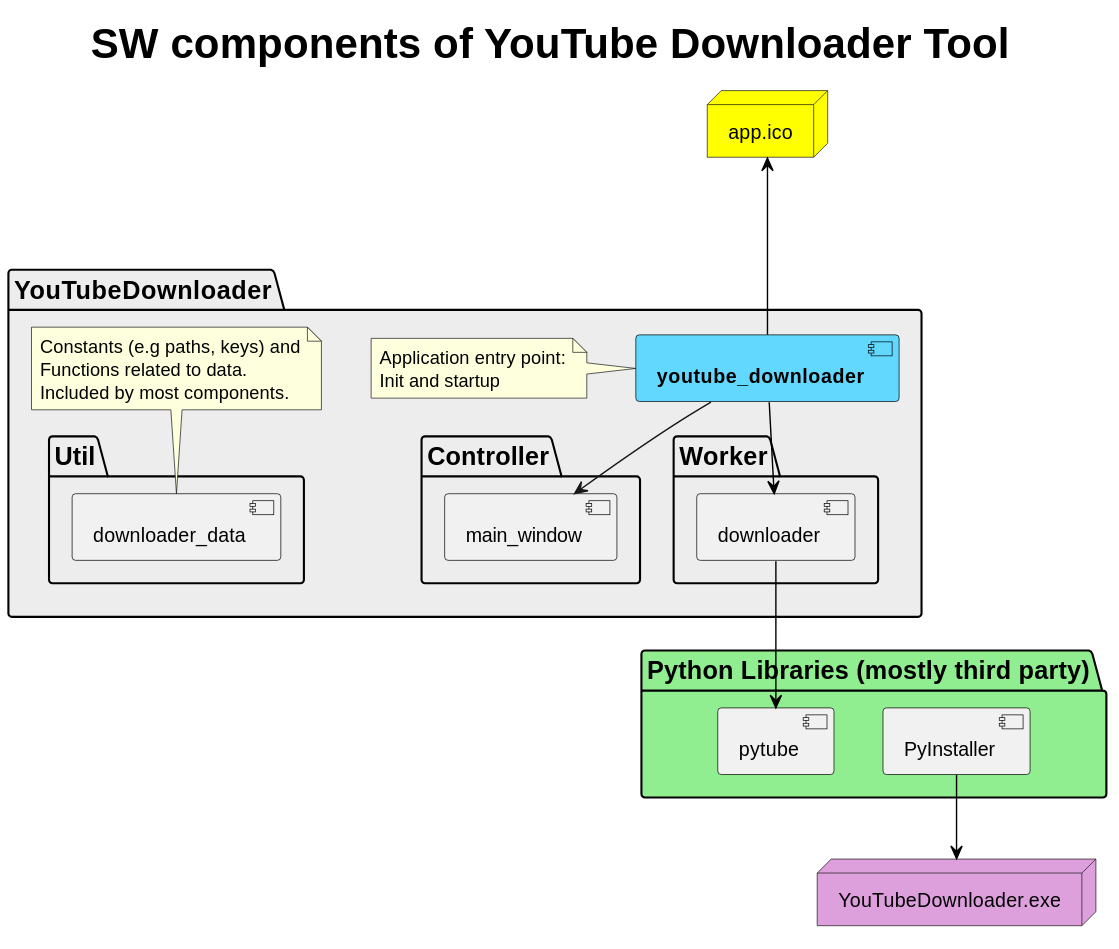
Above: cdYouTubeDownloaderSWComponents.svg in timounger/YouTubeDownloader (PlantUML), before the change.
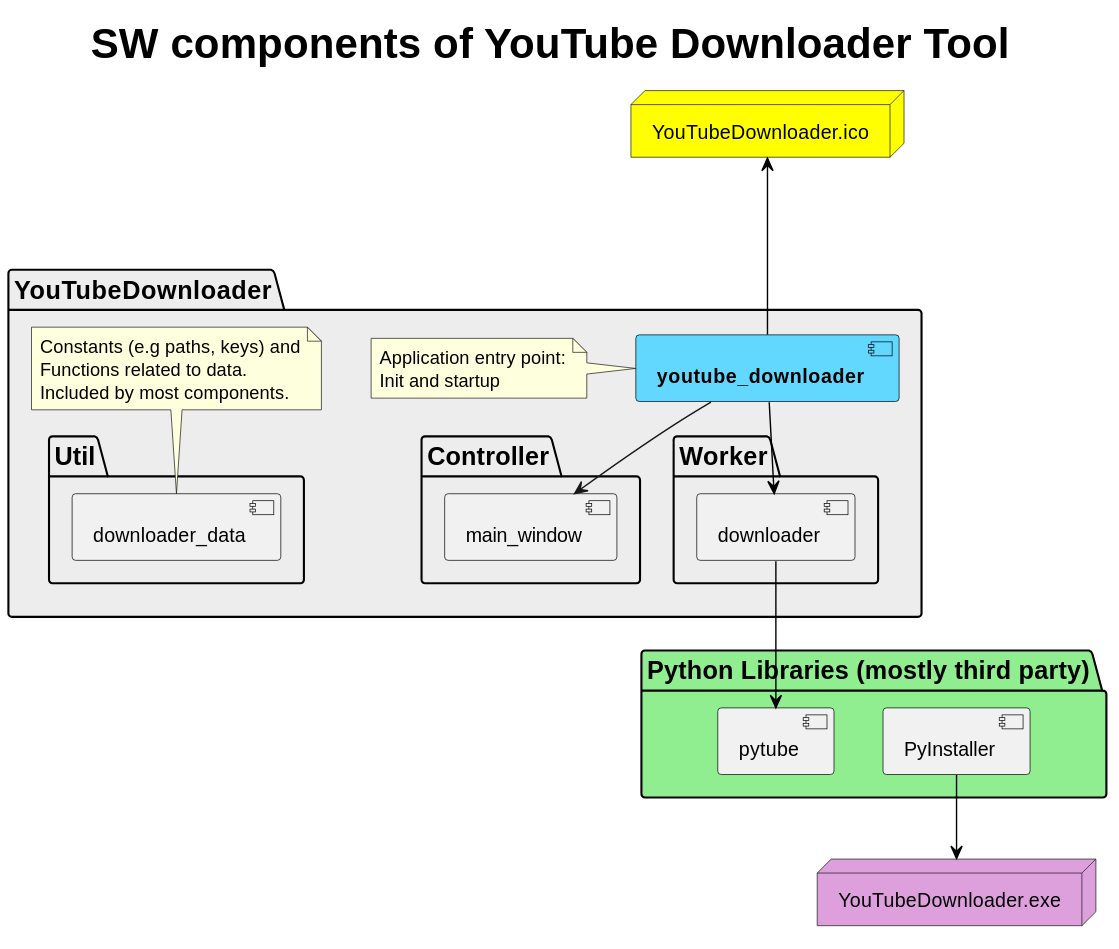
The same file after the commit.

Change to the diagram source:
```diff
@@ -10,7 +10,7 @@
 
 title SW components of YouTube Downloader Tool
 
-node "app.ico" as icon #yellow
+node "YouTubeDownloader.ico" as icon #yellow
 
 package "YouTubeDownloader" as YtDl #ededed {
   component "**youtube_downloader**" as youtube_downloader #63d8ff
```
